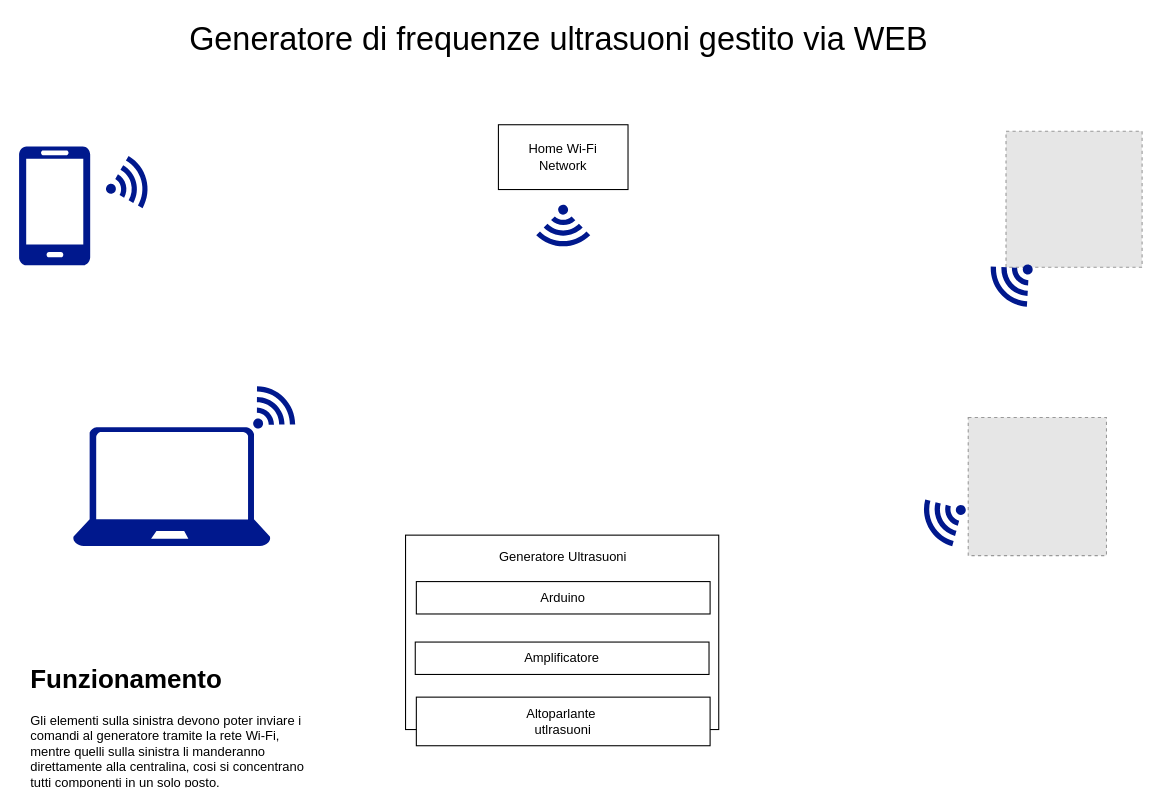
Earlier version of the draw.io diagram analysis/freqline_use_case.drawio (giuliobosco/freqline). Source tidied: cells renumbered, new cells numbered last; positions are measured from the earlier drawing's top-left corner, leaving out a move shared by most shapes. Both pictures are drawn from the tidied source at 108%, with x=0, y=0 at pixel (18, 27). Pictures stored in the file or linked from it are replaced by grey dashed boxes.
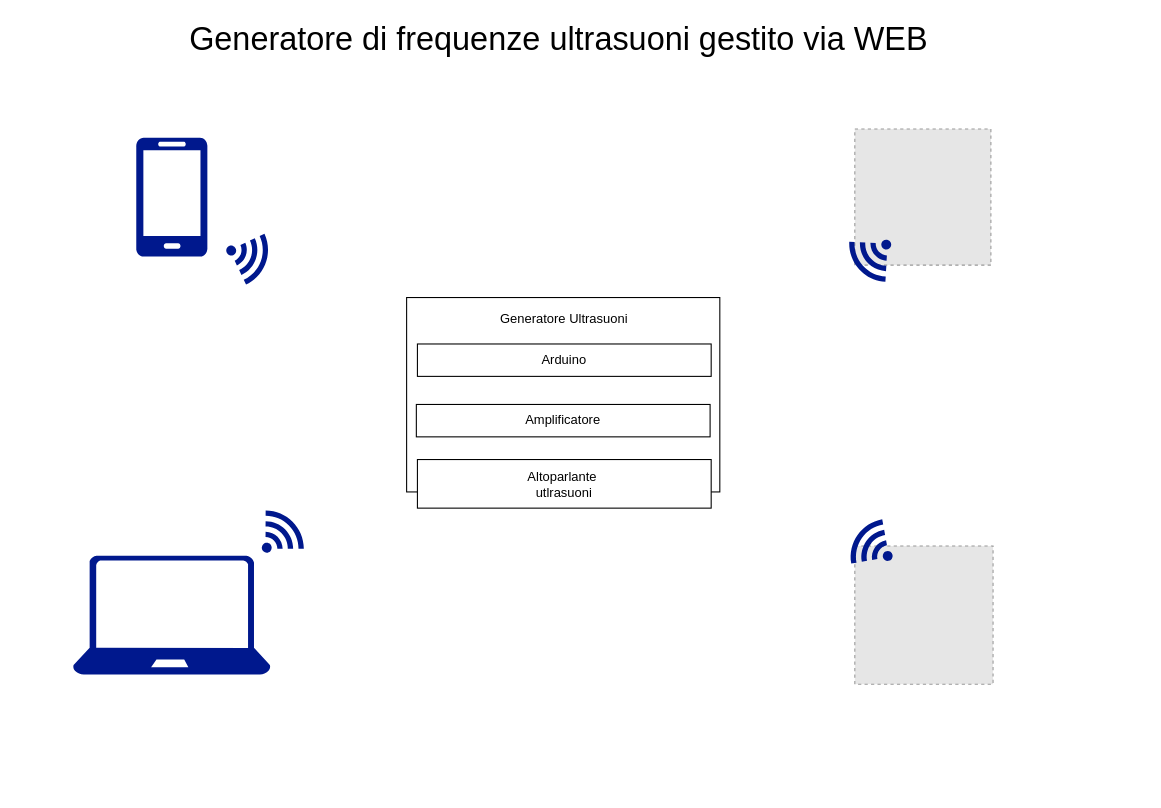
The same page after the edit.

What changed in the source:
```diff
@@
 <mxGraphModel>
   <root>
     <mxCell id="0" />
     <mxCell id="1" parent="0" />
-    <mxCell id="2" value="Home Wi-Fi &lt;br&gt;Network" style="rounded=0;whiteSpace=wrap;html=1;" parent="1" vertex="1">
-      <mxGeometry x="444" y="90" width="120" height="60" as="geometry" />
-    </mxCell>
     <mxCell id="3" value="&lt;div&gt;&lt;br&gt;&lt;/div&gt;" style="rounded=0;whiteSpace=wrap;html=1;align=center;" parent="1" vertex="1">
-      <mxGeometry x="358" y="470" width="290" height="180" as="geometry" />
+      <mxGeometry x="359" y="250" width="290" height="180" as="geometry" />
     </mxCell>
     <mxCell id="4" value="Arduino" style="rounded=0;whiteSpace=wrap;html=1;" parent="1" vertex="1">
-      <mxGeometry x="368" y="513" width="272" height="30" as="geometry" />
+      <mxGeometry x="369" y="293" width="272" height="30" as="geometry" />
     </mxCell>
     <mxCell id="5" value="Amplificatore" style="rounded=0;whiteSpace=wrap;html=1;" parent="1" vertex="1">
-      <mxGeometry x="367" y="569" width="272" height="30" as="geometry" />
+      <mxGeometry x="368" y="349" width="272" height="30" as="geometry" />
     </mxCell>
     <mxCell id="6" value="Altoparlante&amp;nbsp;&lt;br&gt;utlrasuoni" style="rounded=0;whiteSpace=wrap;html=1;" parent="1" vertex="1">
-      <mxGeometry x="368" y="620" width="272" height="45" as="geometry" />
+      <mxGeometry x="369" y="400" width="272" height="45" as="geometry" />
     </mxCell>
     <mxCell id="7" value="Generatore Ultrasuoni" style="text;html=1;strokeColor=none;fillColor=none;align=center;verticalAlign=middle;whiteSpace=wrap;rounded=0;" parent="1" vertex="1">
-      <mxGeometry x="439" y="480" width="130" height="20" as="geometry" />
+      <mxGeometry x="440" y="260" width="130" height="20" as="geometry" />
     </mxCell>
     <mxCell id="8" style="shadow=0;dashed=0;html=1;strokeColor=none;labelPosition=center;verticalLabelPosition=bottom;verticalAlign=top;align=center;shape=mxgraph.azure.mobile;fillColor=#00188D;fontFamily=Helvetica;fontSize=12;fontColor=#000000;" parent="1" vertex="1">
-      <mxGeometry y="110" width="66" height="110" as="geometry" />
+      <mxGeometry x="108.5" y="102" width="66" height="110" as="geometry" />
     </mxCell>
     <mxCell id="9" style="shadow=0;dashed=0;html=1;strokeColor=none;labelPosition=center;verticalLabelPosition=bottom;verticalAlign=top;align=center;shape=mxgraph.azure.laptop;fillColor=#00188D;" parent="1" vertex="1">
-      <mxGeometry x="50" y="370" width="183" height="110" as="geometry" />
+      <mxGeometry x="50" y="489" width="183" height="110" as="geometry" />
     </mxCell>
-    <mxCell id="10" style="shadow=0;dashed=0;html=1;strokeColor=none;labelPosition=center;verticalLabelPosition=bottom;verticalAlign=top;align=center;shape=mxgraph.mscae.enterprise.wireless_connection;fillColor=#00188D;rotation=-15;" parent="1" vertex="1">
-      <mxGeometry x="80" y="120" width="42" height="50" as="geometry" />
+    <mxCell id="10" style="shadow=0;dashed=0;html=1;strokeColor=none;labelPosition=center;verticalLabelPosition=bottom;verticalAlign=top;align=center;shape=mxgraph.mscae.enterprise.wireless_connection;fillColor=#00188D;rotation=20;" parent="1" vertex="1">
+      <mxGeometry x="191" y="187" width="42" height="50" as="geometry" />
     </mxCell>
     <mxCell id="11" style="shadow=0;dashed=0;html=1;strokeColor=none;labelPosition=center;verticalLabelPosition=bottom;verticalAlign=top;align=center;shape=mxgraph.mscae.enterprise.wireless_connection;fillColor=#00188D;rotation=-45;" parent="1" vertex="1">
-      <mxGeometry x="212" y="330" width="42" height="50" as="geometry" />
+      <mxGeometry x="220" y="445" width="42" height="50" as="geometry" />
     </mxCell>
-    <mxCell id="12" style="shadow=0;dashed=0;html=1;strokeColor=none;labelPosition=center;verticalLabelPosition=bottom;verticalAlign=top;align=center;shape=mxgraph.mscae.enterprise.wireless_connection;fillColor=#00188D;rotation=90;" parent="1" vertex="1">
-      <mxGeometry x="483" y="160" width="42" height="50" as="geometry" />
-    </mxCell>
     <mxCell id="13" style="fillColor=#E6E6E6;strokeColor=#999999;dashed=1;html=1;verticalAlign=top;verticalLabelPosition=bottom;labelBackgroundColor=#ffffff;" parent="1" vertex="1">
-      <mxGeometry x="914" y="96" width="126" height="126" as="geometry" />
+      <mxGeometry x="774" y="94" width="126" height="126" as="geometry" />
     </mxCell>
     <mxCell id="14" style="fillColor=#E6E6E6;strokeColor=#999999;dashed=1;html=1;verticalAlign=top;verticalLabelPosition=bottom;labelBackgroundColor=#ffffff;fontFamily=Helvetica;fontSize=12;fontColor=#000000;align=center;" parent="1" vertex="1">
-      <mxGeometry x="879" y="361" width="128" height="128" as="geometry" />
+      <mxGeometry x="774" y="480" width="128" height="128" as="geometry" />
     </mxCell>
     <mxCell id="15" style="shadow=0;dashed=0;html=1;strokeColor=none;labelPosition=center;verticalLabelPosition=bottom;verticalAlign=top;align=center;shape=mxgraph.mscae.enterprise.wireless_connection;fillColor=#00188D;rotation=138;" parent="1" vertex="1">
-      <mxGeometry x="901" y="210" width="42" height="50" as="geometry" />
+      <mxGeometry x="770" y="187" width="42" height="50" as="geometry" />
     </mxCell>
-    <mxCell id="16" style="shadow=0;dashed=0;html=1;strokeColor=none;labelPosition=center;verticalLabelPosition=bottom;verticalAlign=top;align=center;shape=mxgraph.mscae.enterprise.wireless_connection;fillColor=#00188D;rotation=150;" parent="1" vertex="1">
-      <mxGeometry x="837" y="430" width="42" height="50" as="geometry" />
+    <mxCell id="16" style="shadow=0;dashed=0;html=1;strokeColor=none;labelPosition=center;verticalLabelPosition=bottom;verticalAlign=top;align=center;shape=mxgraph.mscae.enterprise.wireless_connection;fillColor=#00188D;rotation=-145;" parent="1" vertex="1">
+      <mxGeometry x="770" y="455" width="42" height="50" as="geometry" />
     </mxCell>
     <mxCell id="17" value="&lt;font style=&quot;font-size: 30px&quot;&gt;Generatore di frequenze ultrasuoni gestito via WEB&lt;/font&gt;" style="text;html=1;strokeColor=none;fillColor=none;align=center;verticalAlign=middle;whiteSpace=wrap;rounded=0;" parent="1" vertex="1">
       <mxGeometry x="80" width="840" height="20" as="geometry" />
     </mxCell>
-    <mxCell id="18" value="&lt;h1&gt;Funzionamento&lt;/h1&gt;&lt;p&gt;Gli elementi sulla sinistra devono poter inviare i comandi al generatore tramite la rete Wi-Fi, mentre quelli sulla sinistra li manderanno direttamente alla centralina, cosi si concentrano tutti componenti in un solo posto.&lt;/p&gt;" style="text;html=1;strokeColor=none;fillColor=none;spacing=5;spacingTop=-20;whiteSpace=wrap;overflow=hidden;rounded=0;" parent="1" vertex="1">
-      <mxGeometry x="6" y="584" width="264" height="120" as="geometry" />
+    <mxCell id="18" value="&lt;h1&gt;&lt;br&gt;&lt;/h1&gt;" style="text;html=1;strokeColor=none;fillColor=none;spacing=5;spacingTop=-20;whiteSpace=wrap;overflow=hidden;rounded=0;" parent="1" vertex="1">
+      <mxGeometry x="376" y="520" width="264" height="120" as="geometry" />
     </mxCell>
+    <mxCell id="19" value="&lt;h1&gt;&lt;br&gt;&lt;/h1&gt;" style="text;html=1;strokeColor=none;fillColor=none;spacing=5;spacingTop=-20;whiteSpace=wrap;overflow=hidden;rounded=0;" parent="1" vertex="1">
+      <mxGeometry x="32" y="520" width="264" height="120" as="geometry" />
+    </mxCell>
   </root>
 </mxGraphModel>
```
